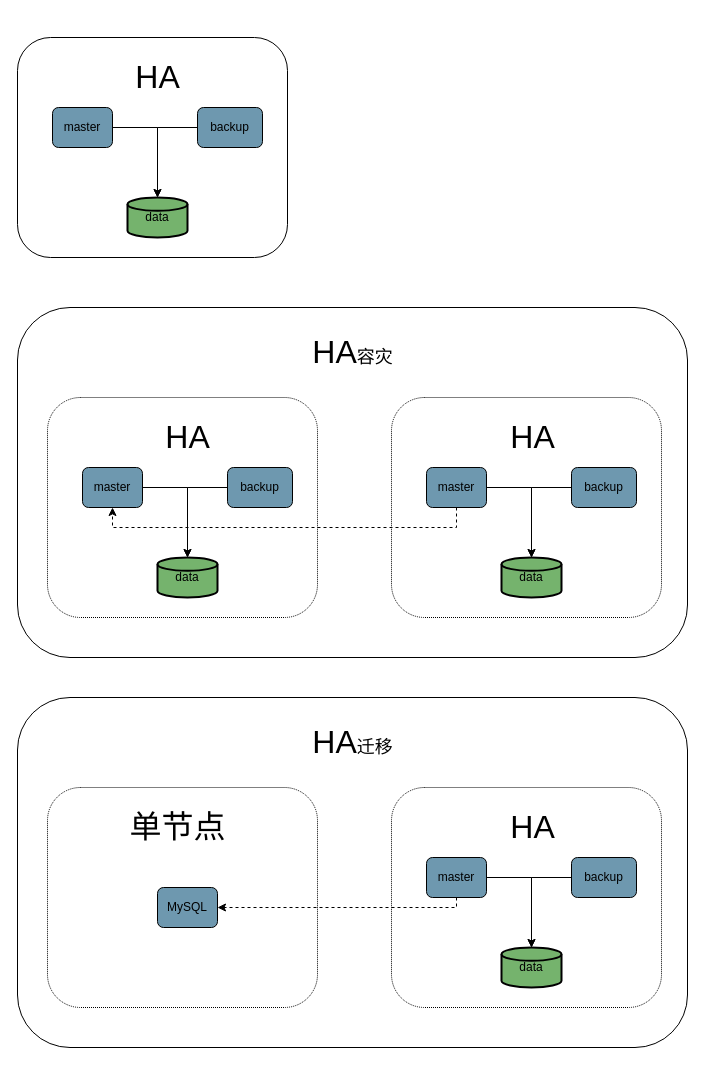
Earlier version of the draw.io diagram page "HA" (1 of 4) of dbscan/dbscan.drawio (maopashui/drawio). Source tidied: cells renumbered, new cells numbered last; positions are measured from the earlier drawing's top-left corner, leaving out a move shared by most shapes. Both pictures are drawn from the tidied source at 100%, with x=0, y=0 at pixel (17, 17).
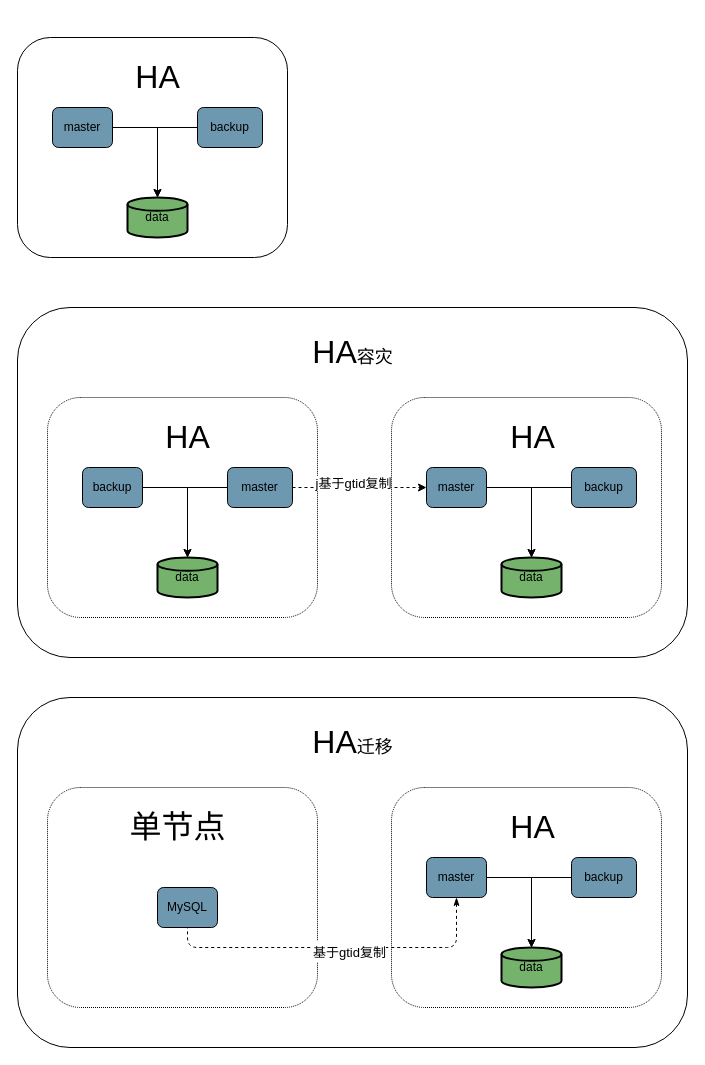
The same diagram, later.

The change refers to these unchanged cells:
```xml
<mxCell id="21" value="master" style="rounded=1;whiteSpace=wrap;html=1;glass=0;fillColor=#6E98AF;" parent="1" vertex="1">
  <mxGeometry x="409" y="450" width="60" height="40" as="geometry" />
</mxCell>
<mxCell id="28" value="MySQL" style="rounded=1;whiteSpace=wrap;html=1;glass=0;fillColor=#6E98AF;" parent="1" vertex="1">
  <mxGeometry x="140" y="870" width="60" height="40" as="geometry" />
</mxCell>
<mxCell id="34" value="master" style="rounded=1;whiteSpace=wrap;html=1;glass=0;fillColor=#6E98AF;" parent="1" vertex="1">
  <mxGeometry x="409" y="840" width="60" height="40" as="geometry" />
</mxCell>
```

The edit, as a diff of the source:
```diff
@@
-    <mxCell id="13" value="master" style="rounded=1;whiteSpace=wrap;html=1;glass=0;fillColor=#6E98AF;" parent="1" vertex="1">
+    <mxCell id="13" value="backup" style="rounded=1;whiteSpace=wrap;html=1;glass=0;fillColor=#6E98AF;" parent="1" vertex="1">
       <mxGeometry x="65" y="450" width="60" height="40" as="geometry" />
     </mxCell>
@@
+    <mxCell id="39" style="edgeStyle=orthogonalEdgeStyle;rounded=1;jettySize=auto;html=1;dashed=1;strokeWidth=1;fontFamily=Helvetica;fontSize=13;startArrow=none;startFill=0;endArrow=classic;endFill=1;" parent="1" edge="1" source="15" target="21">
+      <mxGeometry relative="1" as="geometry" />
+    </mxCell>
+    <mxCell id="40" value="j基于gtid复制" style="edgeLabel;html=1;align=center;verticalAlign=middle;fontSize=13;fontFamily=Helvetica;" parent="39" vertex="1">
+      <mxGeometry x="0.2" relative="1" as="geometry">
+        <mxPoint x="-20" y="-5" as="offset" />
+      </mxGeometry>
+    </mxCell>
-    <mxCell id="15" value="backup" style="rounded=1;whiteSpace=wrap;html=1;glass=0;fillColor=#6E98AF;" parent="1" vertex="1">
+    <mxCell id="15" value="master" style="rounded=1;whiteSpace=wrap;html=1;glass=0;fillColor=#6E98AF;" parent="1" vertex="1">
       <mxGeometry x="210" y="450" width="65" height="40" as="geometry" />
     </mxCell>
@@
-    <mxCell id="20" style="edgeStyle=orthogonalEdgeStyle;rounded=0;jettySize=auto;html=1;entryX=0.5;entryY=1;entryDx=0;entryDy=0;fontFamily=Helvetica;fontSize=18;startArrow=none;startFill=0;dashed=1;" parent="1" edge="1" source="21" target="13">
-      <mxGeometry relative="1" as="geometry">
-        <Array as="points">
-          <mxPoint x="439" y="510" />
-          <mxPoint x="95" y="510" />
-        </Array>
-      </mxGeometry>
-    </mxCell>
@@
-    <mxCell id="33" style="edgeStyle=orthogonalEdgeStyle;rounded=0;jettySize=auto;html=1;dashed=1;fontFamily=Helvetica;fontSize=18;startArrow=none;startFill=0;" parent="1" edge="1" source="34" target="28">
+    <mxCell id="33" style="edgeStyle=orthogonalEdgeStyle;jettySize=auto;html=1;dashed=1;fontFamily=Helvetica;fontSize=18;startArrow=classicThin;startFill=1;endArrow=none;endFill=0;rounded=1;strokeWidth=1;" parent="1" edge="1" source="34" target="28">
       <mxGeometry relative="1" as="geometry">
         <Array as="points">
-          <mxPoint x="439" y="890" />
+          <mxPoint x="439" y="930" />
+          <mxPoint x="170" y="930" />
         </Array>
       </mxGeometry>
     </mxCell>
+    <mxCell id="41" value="&lt;font style=&quot;font-size: 13px;&quot;&gt;基于gtid复制&lt;/font&gt;" style="edgeLabel;html=1;align=center;verticalAlign=middle;fontSize=18;fontFamily=Helvetica;" parent="33" vertex="1">
+      <mxGeometry x="-0.06" y="3" relative="1" as="geometry">
+        <mxPoint x="1" as="offset" />
+      </mxGeometry>
+    </mxCell>
```
